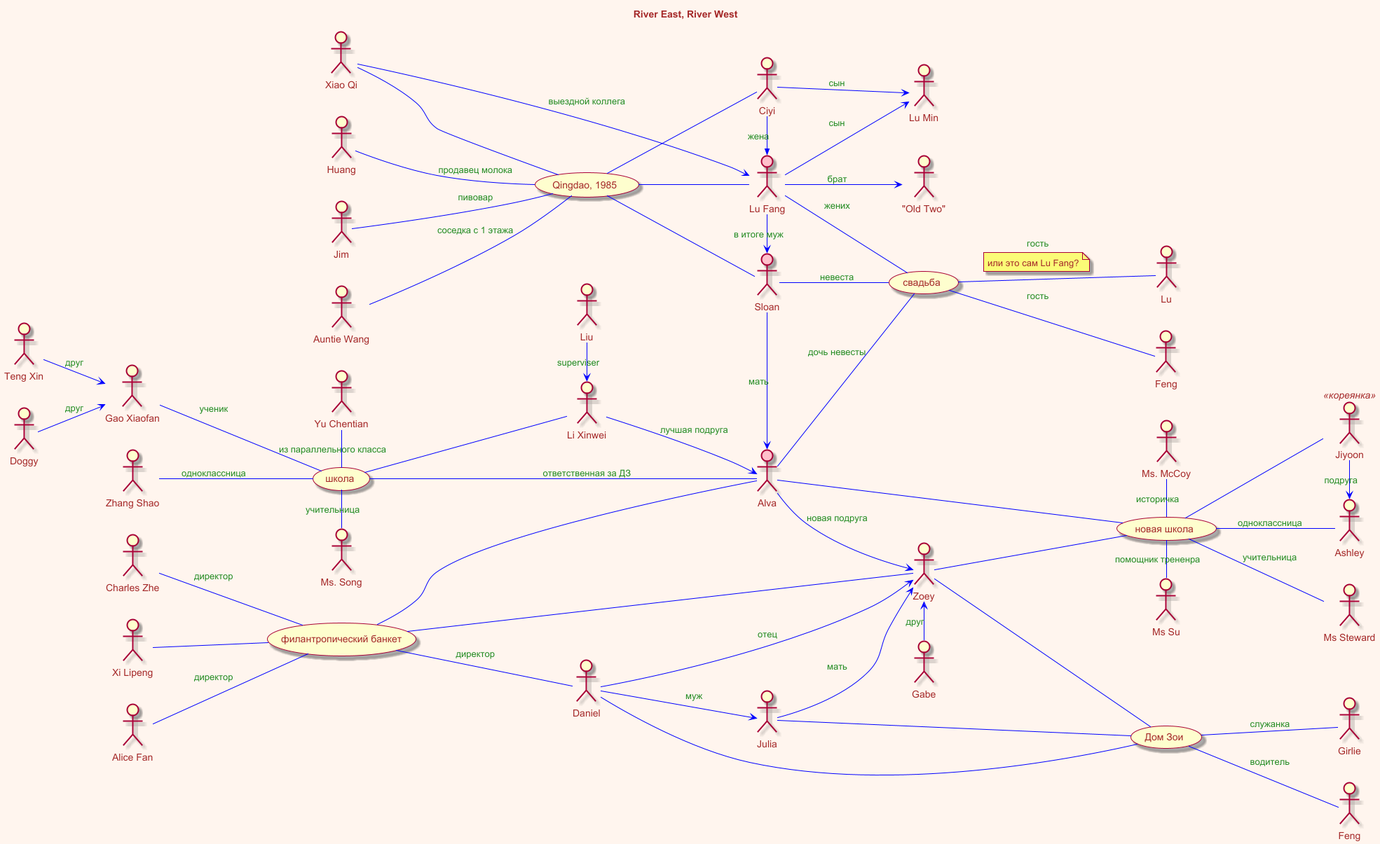
Earlier version of the PlantUML export River East, River West/river-River_East__River_West.png (olek3/reading). Source of this version:
```plantuml
@startuml

left to right direction
skin rose
skinparam backgroundcolor seashell
skinparam defaultfontcolor #brown
skinparam arrowcolor #blue
skinparam arrowfontcolor #forestgreen

title River East, River West

:Sloan: #pink

:Alva: #pink

:Lu Fang: as Fang #pink

:Li Xinwei: as Li

Sloan -> Alva : мать


Fang -> Sloan : в итоге муж



Fang -- (свадьба) : жених
Sloan -- (свадьба) : невеста
Alva -- (свадьба) : дочь невесты


(свадьба) -- :Feng: : гость
(свадьба) -- :Lu: : гость
note on link : или это сам Lu Fang?



Li --> Alva : лучшая подруга

(школа) -- Alva : ответственная за ДЗ
(школа) -- Li

:Zhang Shao: as Zhang

:Gao Xiaofan: as Gao

:Ms. Song: as Song

:Liu: as Liu

Zhang -- (школа) : одноклассница

Liu -> Li : superviser

(школа) - Song  : учительница

Gao -- (школа) : ученик

:Teng Xin: as Teng
:Doggy: as Doggy

Teng --> Gao : друг
Doggy --> Gao : друг


:Ciyi: as Ciyi


(Qingdao, 1985) as Qingdao

Ciyi ->> Fang : жена

Qingdao -- Ciyi
Qingdao -- Fang
Qingdao -- Sloan

:Huang: as Huang
:Xiao Qi: as Qi
:Jim: as Jim
:Auntie Wang: as Wang
:Yu Chentian: as Yu


Huang -- Qingdao : продавец молока
Qi -- Qingdao
Qi -> Fang : выездной коллега
Wang -- Qingdao : соседка с 1 этажа

Yu - (школа) : из параллельного класса

Jim -- Qingdao : пивовар

Fang --> :Lu Min: : сын
Ciyi --> :Lu Min: : сын


(новая школа) as new_school

Alva -- new_school

:Ms Steward: as Steward

new_school -- Steward : учительница

:Zoey: as Zoey

Alva --> Zoey : новая подруга

Zoey -- new_school

(Дом Зои) as zoey_home

Zoey -- zoey_home

new_school -- :Ashley:  :одноклассница

:Jiyoon: as korean <<кореянка>>

new_school -- korean

:Feng: as Feng_driver
:Julia: as Julia
:Girlie: as girlie

Julia --> Zoey : мать

Julia -- zoey_home

zoey_home -- Feng_driver : водитель
zoey_home -- girlie : служанка

korean -> Ashley : подруга

:Daniel: as Daniel

Daniel -- zoey_home
Daniel --> Zoey : отец
Daniel --> Julia : муж

:Gabe: as Gabe

Zoey <- Gabe : друг

:Ms Su: as Su

new_school - Su : помощник трененра

(филантропический банкет) as banquet

banquet -- Daniel : директор
banquet - Alva
banquet -- Zoey

:Charles Zhe: -- banquet : директор
:Xi Lipeng: as Lily
Lily -- banquet
:Alice Fan: -- banquet : директор

:Ms. McCoy: - new_school : историчка

Fang --> :"Old Two": : брат

@enduml
```
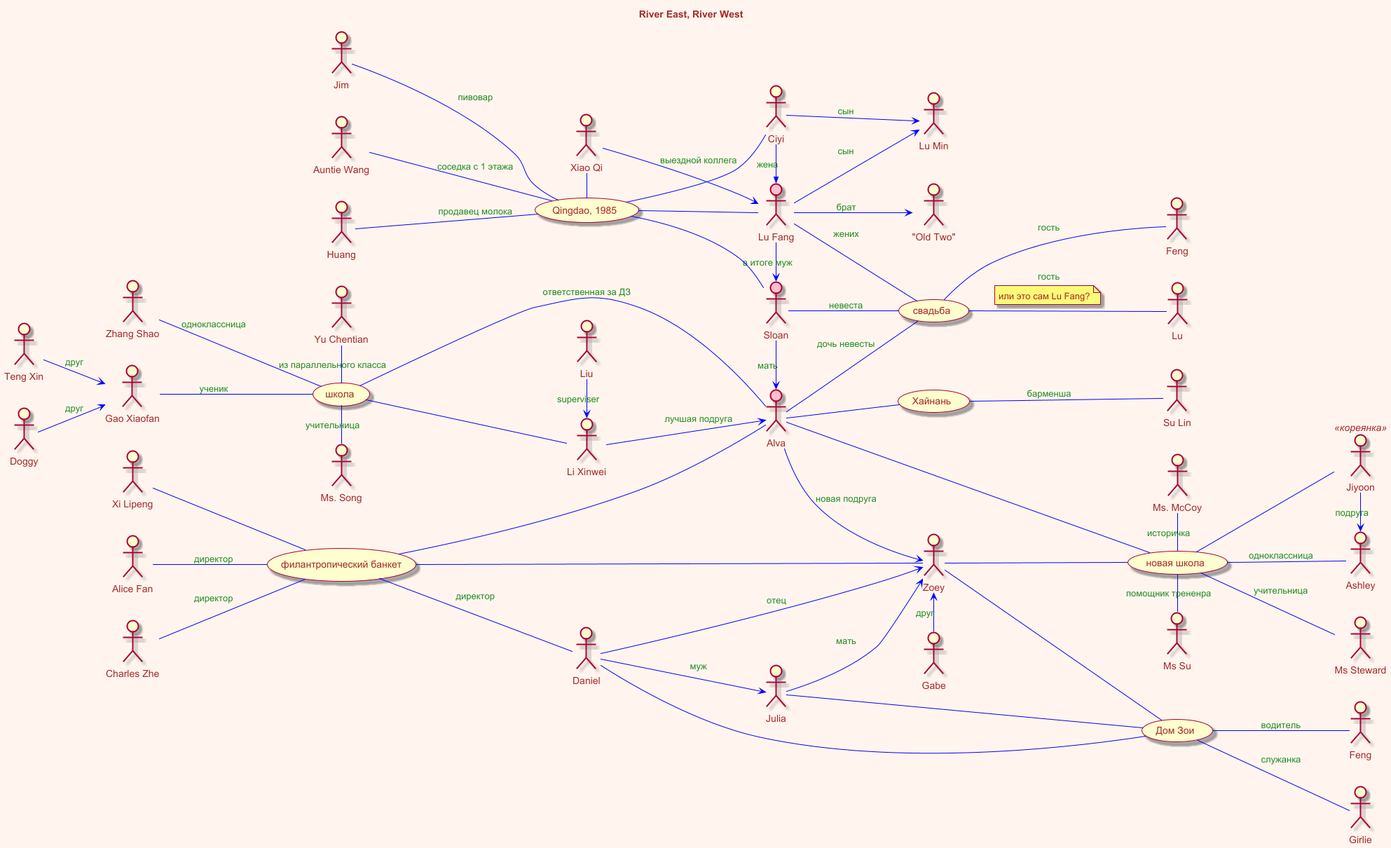
Above is the later version.

Commit message:
барменша на Хайнане

What changed in the source:
```diff
@@ -82,7 +82,7 @@
 
 
 Huang -- Qingdao : продавец молока
-Qi -- Qingdao
+Qi - Qingdao
 Qi -> Fang : выездной коллега
 Wang -- Qingdao : соседка с 1 этажа
 
@@ -160,4 +160,8 @@
 
 Fang --> :"Old Two": : брат
 
+Alva -- (Хайнань)
+
+(Хайнань) -- :Su Lin: : барменша
+
 @enduml
```
